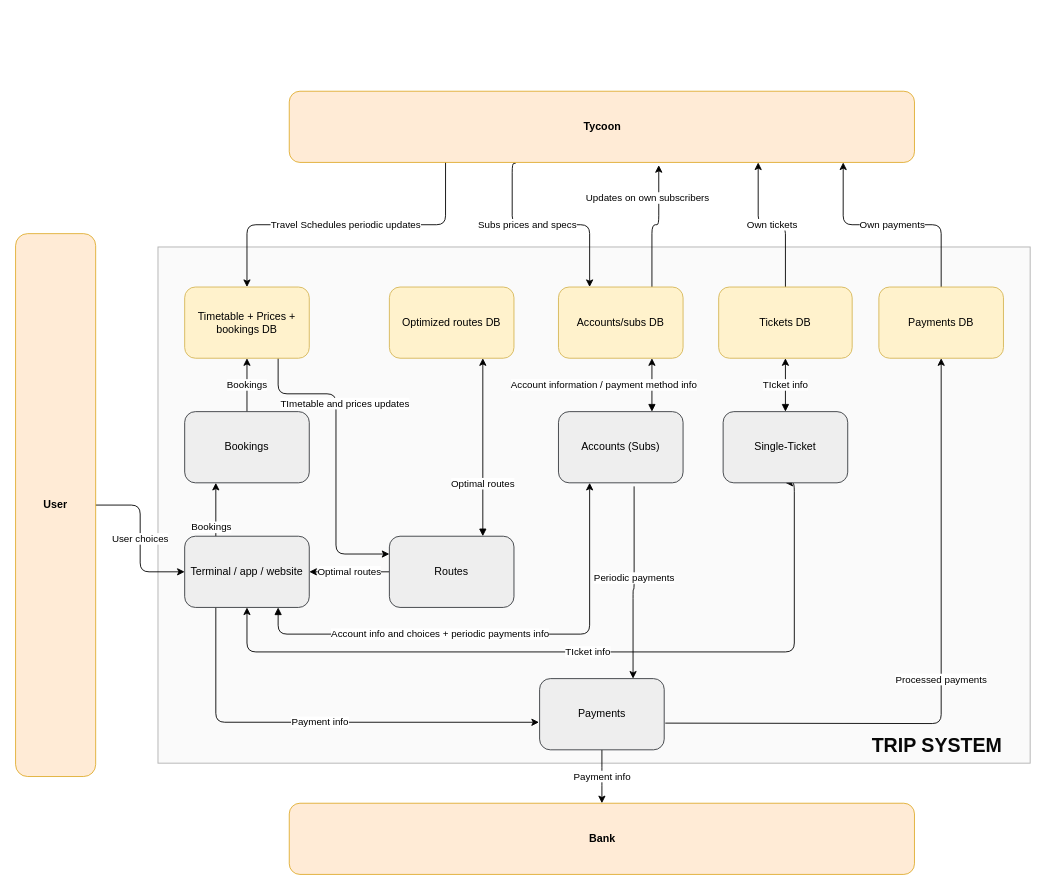
Above: drawings/views_draft3/information_view.drawio in aleCombi/SoftwareArchitecture (draw.io), before the change. Source tidied: cells renumbered, new cells numbered last; positions are measured from the earlier drawing's top-left corner, leaving out a move shared by most shapes. Both pictures are drawn from the tidied source at 89%, with x=0, y=0 at pixel (15, 91).
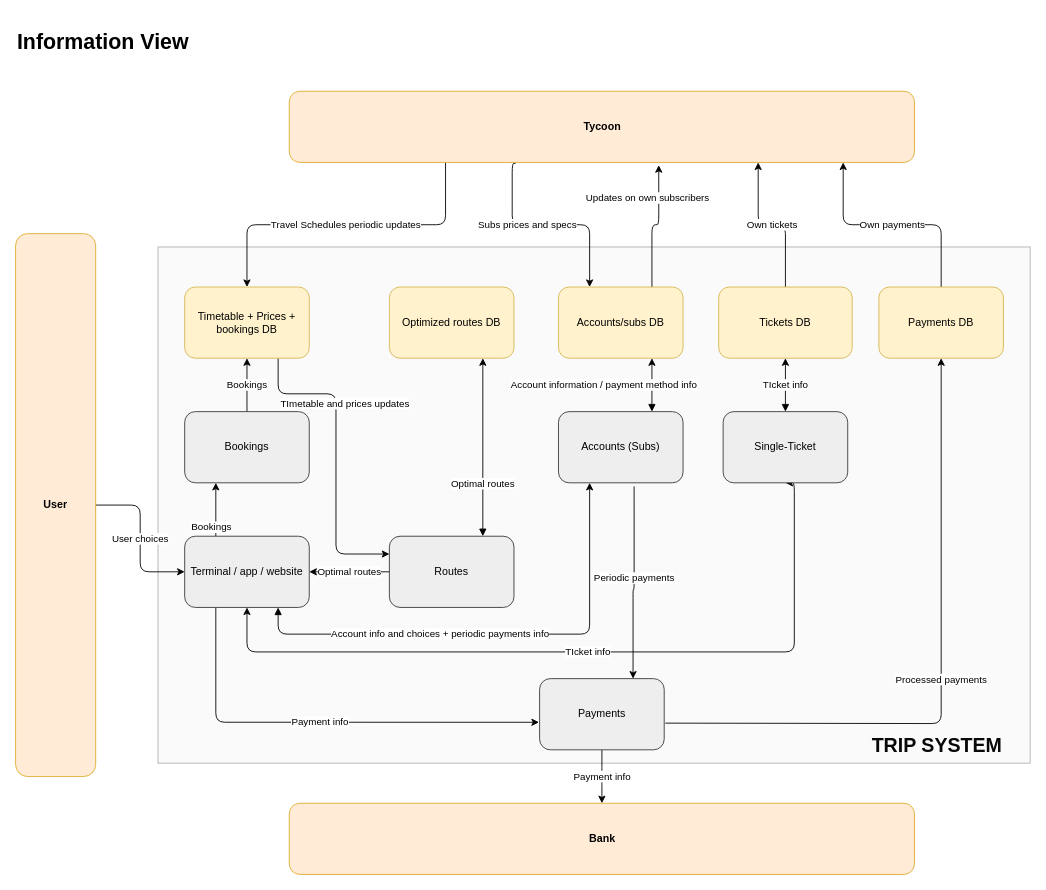
Above is the later version.

Diff of the diagram source:
```diff
@@
+    <mxCell id="37" value="&lt;h1&gt;Information View&lt;/h1&gt;" style="text;strokeColor=none;align=left;fillColor=none;html=1;verticalAlign=middle;whiteSpace=wrap;rounded=0;" parent="1" vertex="1">
+      <mxGeometry y="-70" width="670" height="30" as="geometry" />
+    </mxCell>
```
